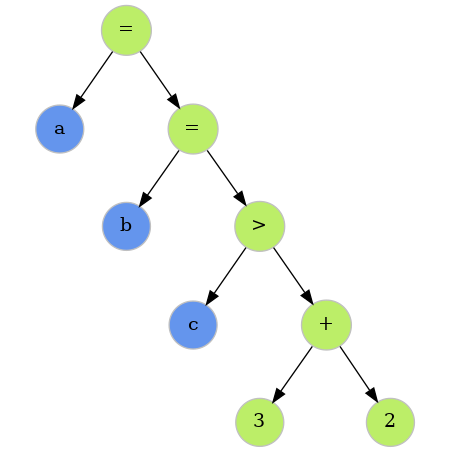
Before: dump/LIST_DMP_№0.png, a diagram exported from Graphviz (deGekata/L_and_D). Its source is kept beside it as dump/LIST_DMP_№0.dot.
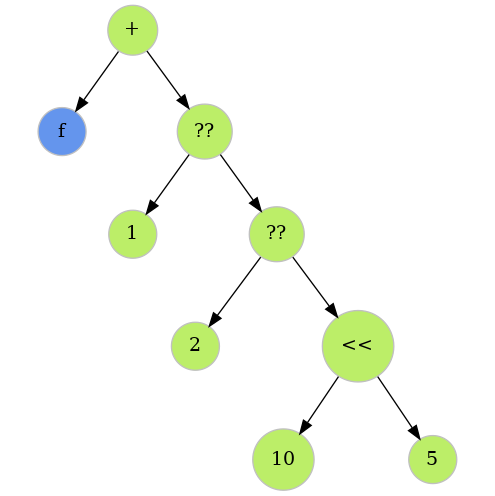
After the change.

Change to the diagram source:
```diff
@@ -1,21 +1,21 @@
 digraph G{
    nodesep=0.1;
    ratio=1;
-   L140736315001280[label="=", shape="circle", color="grey", thickness=4, fillcolor="darkolivegreen2" style=filled];
-    L140736315001280->L140736315001216[color="black"];
-    L140736315001280->L140736315001536[color="black"];
-   L140736315001216[label="a", shape="circle", color="grey", thickness=4, fillcolor="cornflowerblue" style=filled];
-   L140736315001536[label="=", shape="circle", color="grey", thickness=4, fillcolor="darkolivegreen2" style=filled];
-    L140736315001536->L140736315001472[color="black"];
-    L140736315001536->L140736315001792[color="black"];
-   L140736315001472[label="b", shape="circle", color="grey", thickness=4, fillcolor="cornflowerblue" style=filled];
-   L140736315001792[label=">", shape="circle", color="grey", thickness=4, fillcolor="darkolivegreen2" style=filled];
-    L140736315001792->L140736315001728[color="black"];
-    L140736315001792->L140736315001920[color="black"];
-   L140736315001728[label="c", shape="circle", color="grey", thickness=4, fillcolor="cornflowerblue" style=filled];
-   L140736315001920[label="+", shape="circle", color="grey", thickness=4, fillcolor="darkolivegreen2" style=filled];
-    L140736315001920->L140736315001856[color="black"];
-    L140736315001920->L140736315001984[color="black"];
-   L140736315001856[label="3", shape="circle", color="grey", thickness=4, fillcolor="darkolivegreen2" style=filled];
-   L140736315001984[label="2", shape="circle", color="grey", thickness=4, fillcolor="darkolivegreen2" style=filled];
+   L140737204398576[label="+", shape="circle", color="grey", thickness=4, fillcolor="darkolivegreen2" style=filled];
+    L140737204398576->L140737204398512[color="black"];
+    L140737204398576->L140737204398704[color="black"];
+   L140737204398512[label="f", shape="circle", color="grey", thickness=4, fillcolor="cornflowerblue" style=filled];
+   L140737204398704[label="??", shape="circle", color="grey", thickness=4, fillcolor="darkolivegreen2" style=filled];
+    L140737204398704->L140737204398640[color="black"];
+    L140737204398704->L140737204398832[color="black"];
+   L140737204398640[label="1", shape="circle", color="grey", thickness=4, fillcolor="darkolivegreen2" style=filled];
+   L140737204398832[label="??", shape="circle", color="grey", thickness=4, fillcolor="darkolivegreen2" style=filled];
+    L140737204398832->L140737204398768[color="black"];
+    L140737204398832->L140737204399184[color="black"];
+   L140737204398768[label="2", shape="circle", color="grey", thickness=4, fillcolor="darkolivegreen2" style=filled];
+   L140737204399184[label="<<", shape="circle", color="grey", thickness=4, fillcolor="darkolivegreen2" style=filled];
+    L140737204399184->L140737204399120[color="black"];
+    L140737204399184->L140737204399248[color="black"];
+   L140737204399120[label="10", shape="circle", color="grey", thickness=4, fillcolor="darkolivegreen2" style=filled];
+   L140737204399248[label="5", shape="circle", color="grey", thickness=4, fillcolor="darkolivegreen2" style=filled];
 }
```
